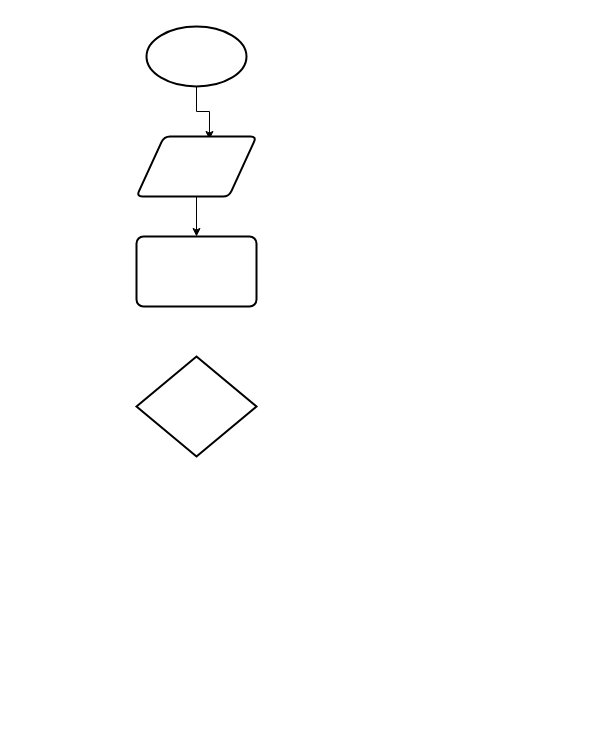
Earlier version of the draw.io diagram Untitled Diagram.drawio (samuriyah/se). Source tidied: cells renumbered, new cells numbered last; positions are measured from the earlier drawing's top-left corner, leaving out a move shared by most shapes. Both pictures are drawn from the tidied source at 100%, with x=0, y=0 at pixel (136, 26).
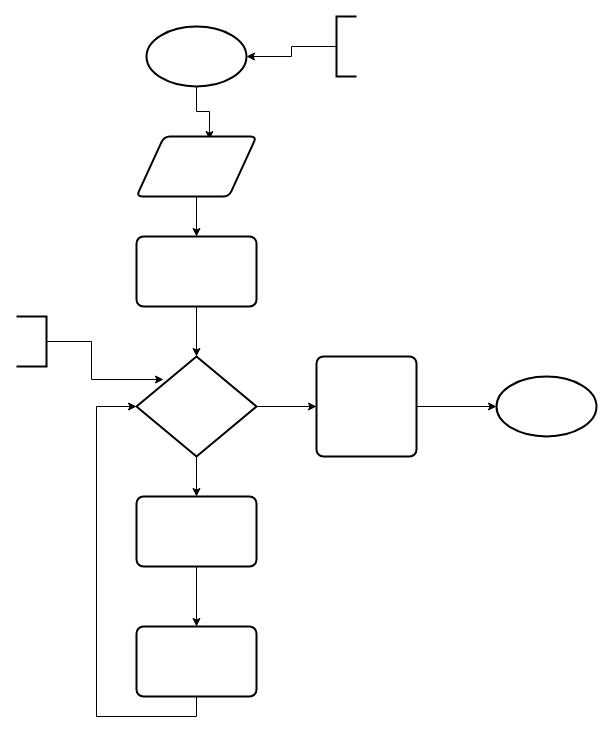
The same page after the edit.

Unchanged cells that the change refers to:
```xml
<mxCell id="3" style="strokeWidth=2;html=1;shape=mxgraph.flowchart.start_1;whiteSpace=wrap;" parent="1" vertex="1">
  <mxGeometry x="10" width="100" height="60" as="geometry" />
</mxCell>
<mxCell id="6" style="rounded=1;whiteSpace=wrap;html=1;absoluteArcSize=1;arcSize=14;strokeWidth=2;" parent="1" vertex="1">
  <mxGeometry y="210" width="120" height="70" as="geometry" />
</mxCell>
<mxCell id="7" style="strokeWidth=2;html=1;shape=mxgraph.flowchart.decision;whiteSpace=wrap;" parent="1" vertex="1">
  <mxGeometry y="330" width="120" height="100" as="geometry" />
</mxCell>
```

What changed in the source:
```diff
@@
+    <mxCell id="8" style="edgeStyle=orthogonalEdgeStyle;rounded=0;jettySize=auto;html=1;" parent="1" edge="1" source="6" target="7">
+      <mxGeometry relative="1" as="geometry" />
+    </mxCell>
@@
+    <mxCell id="9" style="edgeStyle=orthogonalEdgeStyle;rounded=0;jettySize=auto;html=1;" parent="1" edge="1" source="7" target="12">
+      <mxGeometry relative="1" as="geometry" />
+    </mxCell>
+    <mxCell id="10" style="edgeStyle=orthogonalEdgeStyle;rounded=0;jettySize=auto;html=1;" parent="1" edge="1" source="7" target="15">
+      <mxGeometry relative="1" as="geometry" />
+    </mxCell>
@@
+    <mxCell id="11" style="edgeStyle=orthogonalEdgeStyle;rounded=0;jettySize=auto;html=1;" parent="1" edge="1" source="12" target="13">
+      <mxGeometry relative="1" as="geometry" />
+    </mxCell>
+    <mxCell id="12" style="rounded=1;whiteSpace=wrap;html=1;absoluteArcSize=1;arcSize=14;strokeWidth=2;" parent="1" vertex="1">
+      <mxGeometry x="180" y="330" width="100" height="100" as="geometry" />
+    </mxCell>
+    <mxCell id="13" style="strokeWidth=2;html=1;shape=mxgraph.flowchart.start_1;whiteSpace=wrap;" parent="1" vertex="1">
+      <mxGeometry x="360" y="350" width="100" height="60" as="geometry" />
+    </mxCell>
+    <mxCell id="14" style="edgeStyle=orthogonalEdgeStyle;rounded=0;jettySize=auto;html=1;" parent="1" edge="1" source="15" target="17">
+      <mxGeometry relative="1" as="geometry" />
+    </mxCell>
+    <mxCell id="15" style="rounded=1;whiteSpace=wrap;html=1;absoluteArcSize=1;arcSize=14;strokeWidth=2;" parent="1" vertex="1">
+      <mxGeometry y="470" width="120" height="70" as="geometry" />
+    </mxCell>
+    <mxCell id="16" style="edgeStyle=orthogonalEdgeStyle;rounded=0;jettySize=auto;html=1;entryX=0;entryY=0.5;entryDx=0;entryDy=0;entryPerimeter=0;" parent="1" edge="1" source="17" target="7">
+      <mxGeometry relative="1" as="geometry">
+        <Array as="points">
+          <mxPoint x="60" y="690" />
+          <mxPoint x="-40" y="690" />
+          <mxPoint x="-40" y="380" />
+        </Array>
+      </mxGeometry>
+    </mxCell>
+    <mxCell id="17" style="rounded=1;whiteSpace=wrap;html=1;absoluteArcSize=1;arcSize=14;strokeWidth=2;" parent="1" vertex="1">
+      <mxGeometry y="600" width="120" height="70" as="geometry" />
+    </mxCell>
+    <mxCell id="18" style="edgeStyle=orthogonalEdgeStyle;rounded=0;jettySize=auto;html=1;entryX=0.225;entryY=0.23;entryDx=0;entryDy=0;entryPerimeter=0;" parent="1" edge="1" source="19" target="7">
+      <mxGeometry relative="1" as="geometry" />
+    </mxCell>
+    <mxCell id="19" style="strokeWidth=2;html=1;shape=mxgraph.flowchart.annotation_1;align=left;rotation=-180;" parent="1" vertex="1">
+      <mxGeometry x="-120" y="290" width="30" height="50" as="geometry" />
+    </mxCell>
+    <mxCell id="20" style="edgeStyle=orthogonalEdgeStyle;rounded=0;jettySize=auto;html=1;entryX=1;entryY=0.5;entryDx=0;entryDy=0;entryPerimeter=0;" parent="1" edge="1" source="21" target="3">
+      <mxGeometry relative="1" as="geometry" />
+    </mxCell>
+    <mxCell id="21" style="strokeWidth=2;html=1;shape=mxgraph.flowchart.annotation_1;align=left;" parent="1" vertex="1">
+      <mxGeometry x="200" y="-10" width="20" height="60" as="geometry" />
+    </mxCell>
```
